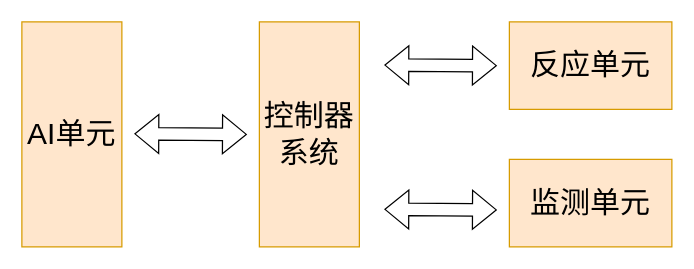
This is 第三章绘图.drawio from madao101/draw, a draw.io file, before an edit. Source tidied: cells renumbered, new cells numbered last; positions are measured from the earlier drawing's top-left corner, leaving out a move shared by most shapes. Both pictures are drawn from the tidied source at 125%, with x=0, y=0 at pixel (21, 21).
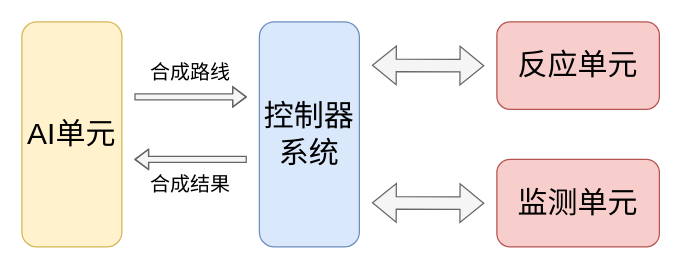
After the change.

Commit message (it also covers changes not shown here):
更新第三章绘图.drawio

Diff of the diagram source:
```diff
@@
 <mxGraphModel>
   <root>
     <mxCell id="0" />
     <mxCell id="1" parent="0" />
-    <mxCell id="2" value="&lt;font style=&quot;font-size: 24px;&quot;&gt;AI单元&lt;/font&gt;" style="rounded=0;whiteSpace=wrap;html=1;fillColor=#ffe6cc;strokeColor=#d79b00;" parent="1" vertex="1">
+    <mxCell id="2" value="&lt;font style=&quot;font-size: 24px;&quot;&gt;AI单元&lt;/font&gt;" style="rounded=1;whiteSpace=wrap;html=1;fillColor=#fff2cc;strokeColor=#d6b656;" parent="1" vertex="1">
       <mxGeometry width="80" height="180" as="geometry" />
     </mxCell>
-    <mxCell id="3" style="shape=flexArrow;endArrow=classic;startArrow=classic;html=1;rounded=0;" parent="1" edge="1">
-      <mxGeometry relative="1" as="geometry">
-        <mxPoint x="90" y="89.6" as="sourcePoint" />
-        <mxPoint x="180" y="90" as="targetPoint" />
-      </mxGeometry>
-    </mxCell>
-    <mxCell id="4" value="&lt;font style=&quot;font-size: 24px;&quot;&gt;控制器系统&lt;/font&gt;" style="rounded=0;whiteSpace=wrap;html=1;fillColor=#ffe6cc;strokeColor=#d79b00;" parent="1" vertex="1">
+    <mxCell id="4" value="&lt;font style=&quot;font-size: 24px;&quot;&gt;控制器系统&lt;/font&gt;" style="rounded=1;whiteSpace=wrap;html=1;fillColor=#dae8fc;strokeColor=#6c8ebf;" parent="1" vertex="1">
       <mxGeometry x="190" width="80" height="180" as="geometry" />
     </mxCell>
-    <mxCell id="5" value="&lt;font style=&quot;font-size: 24px;&quot;&gt;反应单元&lt;/font&gt;" style="rounded=0;whiteSpace=wrap;html=1;fillColor=#ffe6cc;strokeColor=#d79b00;" parent="1" vertex="1">
-      <mxGeometry x="390" width="130" height="70" as="geometry" />
+    <mxCell id="5" value="&lt;font style=&quot;font-size: 24px;&quot;&gt;反应单元&lt;/font&gt;" style="rounded=1;whiteSpace=wrap;html=1;fillColor=#f8cecc;strokeColor=#b85450;" parent="1" vertex="1">
+      <mxGeometry x="380" width="130" height="70" as="geometry" />
     </mxCell>
-    <mxCell id="6" value="&lt;span style=&quot;font-size: 24px;&quot;&gt;监测单元&lt;/span&gt;" style="rounded=0;whiteSpace=wrap;html=1;fillColor=#ffe6cc;strokeColor=#d79b00;" parent="1" vertex="1">
-      <mxGeometry x="390" y="110" width="130" height="70" as="geometry" />
+    <mxCell id="6" value="&lt;span style=&quot;font-size: 24px;&quot;&gt;监测单元&lt;/span&gt;" style="rounded=1;whiteSpace=wrap;html=1;fillColor=#f8cecc;strokeColor=#b85450;glass=0;shadow=0;" parent="1" vertex="1">
+      <mxGeometry x="380" y="110" width="130" height="70" as="geometry" />
     </mxCell>
-    <mxCell id="7" style="shape=flexArrow;endArrow=classic;startArrow=classic;html=1;rounded=0;" parent="1" edge="1">
+    <mxCell id="7" style="shape=flexArrow;endArrow=classic;startArrow=classic;html=1;rounded=0;fillColor=#f5f5f5;strokeColor=#666666;" parent="1" edge="1">
       <mxGeometry relative="1" as="geometry">
-        <mxPoint x="290" y="34.6" as="sourcePoint" />
-        <mxPoint x="380" y="35" as="targetPoint" />
+        <mxPoint x="280" y="34.7" as="sourcePoint" />
+        <mxPoint x="370" y="35.1" as="targetPoint" />
       </mxGeometry>
     </mxCell>
-    <mxCell id="8" style="shape=flexArrow;endArrow=classic;startArrow=classic;html=1;rounded=0;" parent="1" edge="1">
+    <mxCell id="8" style="shape=flexArrow;endArrow=classic;startArrow=classic;html=1;rounded=0;fillColor=#f5f5f5;strokeColor=#666666;" parent="1" edge="1">
       <mxGeometry relative="1" as="geometry">
-        <mxPoint x="290" y="150" as="sourcePoint" />
-        <mxPoint x="380" y="150.4" as="targetPoint" />
+        <mxPoint x="280" y="144.7" as="sourcePoint" />
+        <mxPoint x="370" y="145.1" as="targetPoint" />
       </mxGeometry>
     </mxCell>
+    <mxCell id="9" style="shape=flexArrow;endArrow=classic;html=1;rounded=0;width=4.8;endSize=3.2880000000000003;endWidth=10.228571428571428;fillColor=#f5f5f5;strokeColor=#666666;" parent="1" edge="1">
+      <mxGeometry relative="1" as="geometry">
+        <mxPoint x="90" y="60" as="sourcePoint" />
+        <mxPoint x="180" y="60" as="targetPoint" />
+        <Array as="points">
+          <mxPoint x="140" y="60" />
+        </Array>
+      </mxGeometry>
+    </mxCell>
+    <mxCell id="10" style="shape=flexArrow;endArrow=classic;html=1;rounded=0;width=4.8;endSize=3.2880000000000003;endWidth=10.228571428571428;fillColor=#f5f5f5;strokeColor=#666666;" parent="1" edge="1">
+      <mxGeometry relative="1" as="geometry">
+        <mxPoint x="180" y="110" as="sourcePoint" />
+        <mxPoint x="90" y="110" as="targetPoint" />
+        <Array as="points">
+          <mxPoint x="140" y="110" />
+        </Array>
+      </mxGeometry>
+    </mxCell>
+    <mxCell id="11" value="合成路线" style="text;strokeColor=none;align=center;fillColor=none;html=1;verticalAlign=middle;whiteSpace=wrap;rounded=0;fontSize=16;" parent="1" vertex="1">
+      <mxGeometry x="100" y="30" width="70" height="20" as="geometry" />
+    </mxCell>
+    <mxCell id="12" value="合成结果" style="text;strokeColor=none;align=center;fillColor=none;html=1;verticalAlign=middle;whiteSpace=wrap;rounded=0;fontSize=16;" parent="1" vertex="1">
+      <mxGeometry x="100" y="120" width="70" height="20" as="geometry" />
+    </mxCell>
   </root>
 </mxGraphModel>
```
